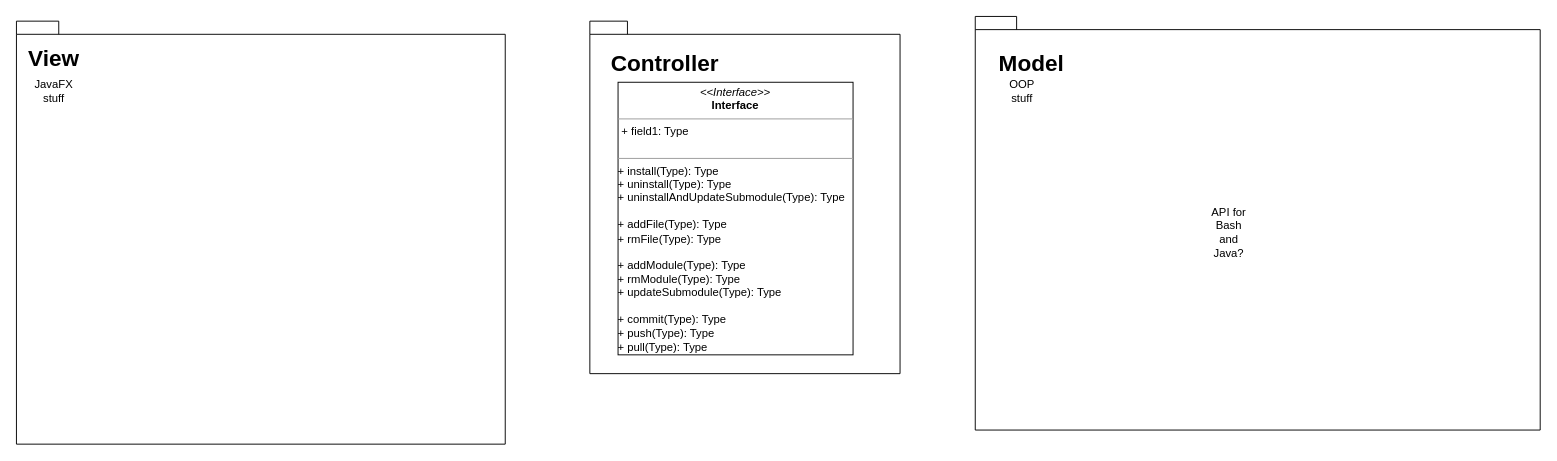
Above: org/2020-1/lab2/project1.drawio in Ma-Nu-El/notasDeClase (draw.io), before the change. Source tidied: cells renumbered, new cells numbered last; positions are measured from the earlier drawing's top-left corner, leaving out a move shared by most shapes. Both pictures are drawn from the tidied source at 94%, with x=0, y=0 at pixel (16, 16).
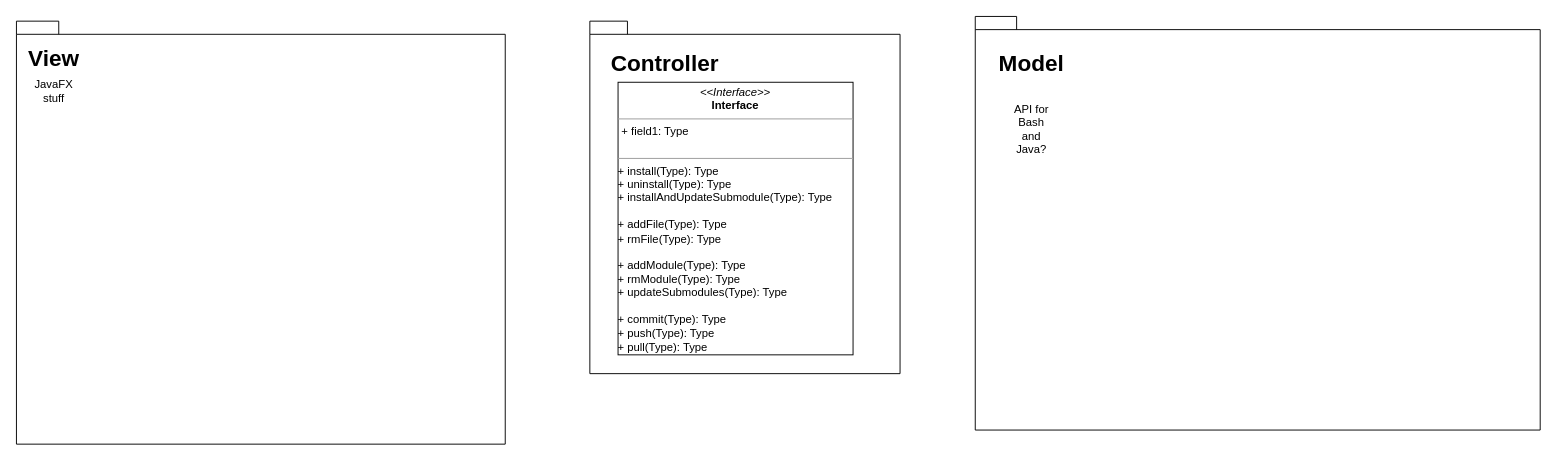
After the change.

Commit message:
Update UML for lab2 project1

The edit, as a diff of the source:
```diff
@@
 <mxGraphModel>
   <root>
     <mxCell id="0" />
     <mxCell id="1" parent="0" />
     <mxCell id="2" style="shape=folder;fontStyle=1;spacingTop=10;tabWidth=40;tabHeight=14;tabPosition=left;html=1;" parent="1" vertex="1">
       <mxGeometry x="610" y="5" width="330" height="375" as="geometry" />
     </mxCell>
     <mxCell id="3" style="shape=folder;fontStyle=1;spacingTop=10;tabWidth=40;tabHeight=14;tabPosition=left;html=1;" parent="1" vertex="1">
       <mxGeometry x="1020" width="601" height="440" as="geometry" />
     </mxCell>
     <mxCell id="4" value="&lt;font style=&quot;font-size: 24px&quot;&gt;&lt;br&gt;&lt;/font&gt;" style="shape=folder;fontStyle=1;spacingTop=10;tabWidth=40;tabHeight=14;tabPosition=left;html=1;" parent="1" vertex="1">
       <mxGeometry y="5" width="520" height="450" as="geometry" />
     </mxCell>
     <mxCell id="5" value="&lt;span style=&quot;font-size: 24px&quot;&gt;&lt;b&gt;View&lt;br&gt;&lt;/b&gt;&lt;/span&gt;" style="text;html=1;strokeColor=none;fillColor=none;align=center;verticalAlign=middle;whiteSpace=wrap;rounded=0;" parent="1" vertex="1">
       <mxGeometry x="10" y="25" width="60" height="40" as="geometry" />
     </mxCell>
     <mxCell id="6" value="&lt;span style=&quot;font-size: 24px&quot;&gt;&lt;b&gt;Model&lt;/b&gt;&lt;/span&gt;" style="text;html=1;strokeColor=none;fillColor=none;align=center;verticalAlign=middle;whiteSpace=wrap;rounded=0;" parent="1" vertex="1">
       <mxGeometry x="1050" y="30" width="60" height="40" as="geometry" />
     </mxCell>
     <mxCell id="7" value="&lt;span style=&quot;font-size: 24px&quot;&gt;&lt;b&gt;Controller&lt;/b&gt;&lt;/span&gt;" style="text;html=1;strokeColor=none;fillColor=none;align=center;verticalAlign=middle;whiteSpace=wrap;rounded=0;" parent="1" vertex="1">
       <mxGeometry x="660" y="30" width="60" height="40" as="geometry" />
     </mxCell>
-    <mxCell id="8" value="&lt;p style=&quot;margin: 4px 0px 0px ; text-align: center&quot;&gt;&lt;i&gt;&amp;lt;&amp;lt;Interface&amp;gt;&amp;gt;&lt;/i&gt;&lt;br&gt;&lt;b&gt;Interface&lt;/b&gt;&lt;/p&gt;&lt;hr size=&quot;1&quot;&gt;&lt;p style=&quot;margin: 0px 0px 0px 4px&quot;&gt;&lt;span&gt;+ field1: Type&lt;/span&gt;&lt;br&gt;&lt;/p&gt;&lt;p style=&quot;margin: 0px 0px 0px 4px&quot;&gt;&lt;/p&gt;&lt;br&gt;&lt;hr size=&quot;1&quot;&gt;+ install(Type): Type&lt;br&gt;&lt;span&gt;+ uninstall(Type): Type&lt;/span&gt;&lt;span&gt;&lt;br&gt;&lt;/span&gt;+ uninstallAndUpdateSubmodule(Type): Type&lt;br&gt;&lt;span&gt;&lt;br&gt;+ addFile(Type): Type&lt;/span&gt;&lt;br&gt;&lt;span&gt;+ rmFile(Type): Type&lt;/span&gt;&lt;br&gt;&lt;span&gt;&lt;br&gt;&lt;/span&gt;+ addModule(Type): Type&lt;br&gt;+ rmModule(Type): Type&lt;br&gt;+ updateSubmodule(Type): Type&lt;span&gt;&lt;br&gt;&lt;br&gt;&lt;/span&gt;+ commit(Type): Type&lt;br&gt;&lt;span&gt;+ push(Type): Type&lt;br&gt;&lt;/span&gt;&lt;span&gt;+ pull(Type): Type&lt;/span&gt;&lt;span&gt;&lt;br&gt;&lt;br&gt;&lt;br&gt;&lt;/span&gt;" style="verticalAlign=top;align=left;overflow=fill;fontSize=12;fontFamily=Helvetica;html=1;" parent="1" vertex="1">
+    <mxCell id="8" value="&lt;p style=&quot;margin: 4px 0px 0px ; text-align: center&quot;&gt;&lt;i&gt;&amp;lt;&amp;lt;Interface&amp;gt;&amp;gt;&lt;/i&gt;&lt;br&gt;&lt;b&gt;Interface&lt;/b&gt;&lt;/p&gt;&lt;hr size=&quot;1&quot;&gt;&lt;p style=&quot;margin: 0px 0px 0px 4px&quot;&gt;&lt;span&gt;+ field1: Type&lt;/span&gt;&lt;br&gt;&lt;/p&gt;&lt;p style=&quot;margin: 0px 0px 0px 4px&quot;&gt;&lt;/p&gt;&lt;br&gt;&lt;hr size=&quot;1&quot;&gt;+ install(Type): Type&lt;br&gt;&lt;span&gt;+ uninstall(Type): Type&lt;/span&gt;&lt;span&gt;&lt;br&gt;&lt;/span&gt;+ installAndUpdateSubmodule(Type): Type&lt;br&gt;&lt;span&gt;&lt;br&gt;+ addFile(Type): Type&lt;/span&gt;&lt;br&gt;&lt;span&gt;+ rmFile(Type): Type&lt;/span&gt;&lt;br&gt;&lt;span&gt;&lt;br&gt;&lt;/span&gt;+ addModule(Type): Type&lt;br&gt;+ rmModule(Type): Type&lt;br&gt;+ updateSubmodules(Type): Type&lt;span&gt;&lt;br&gt;&lt;br&gt;&lt;/span&gt;+ commit(Type): Type&lt;br&gt;&lt;span&gt;+ push(Type): Type&lt;br&gt;&lt;/span&gt;&lt;span&gt;+ pull(Type): Type&lt;/span&gt;&lt;span&gt;&lt;br&gt;&lt;br&gt;&lt;br&gt;&lt;/span&gt;" style="verticalAlign=top;align=left;overflow=fill;fontSize=12;fontFamily=Helvetica;html=1;" parent="1" vertex="1">
       <mxGeometry x="640" y="70" width="250" height="290" as="geometry" />
     </mxCell>
     <mxCell id="9" value="JavaFX stuff&lt;br&gt;" style="text;html=1;strokeColor=none;fillColor=none;align=center;verticalAlign=middle;whiteSpace=wrap;rounded=0;" parent="1" vertex="1">
       <mxGeometry x="20" y="70" width="40" height="20" as="geometry" />
     </mxCell>
-    <mxCell id="10" value="OOP stuff" style="text;html=1;strokeColor=none;fillColor=none;align=center;verticalAlign=middle;whiteSpace=wrap;rounded=0;" parent="1" vertex="1">
-      <mxGeometry x="1050" y="70" width="40" height="20" as="geometry" />
-    </mxCell>
     <mxCell id="11" value="API for Bash and Java?" style="text;html=1;strokeColor=none;fillColor=none;align=center;verticalAlign=middle;whiteSpace=wrap;rounded=0;" parent="1" vertex="1">
-      <mxGeometry x="1270" y="220" width="40" height="20" as="geometry" />
+      <mxGeometry x="1060" y="110" width="40" height="20" as="geometry" />
     </mxCell>
   </root>
 </mxGraphModel>
```
